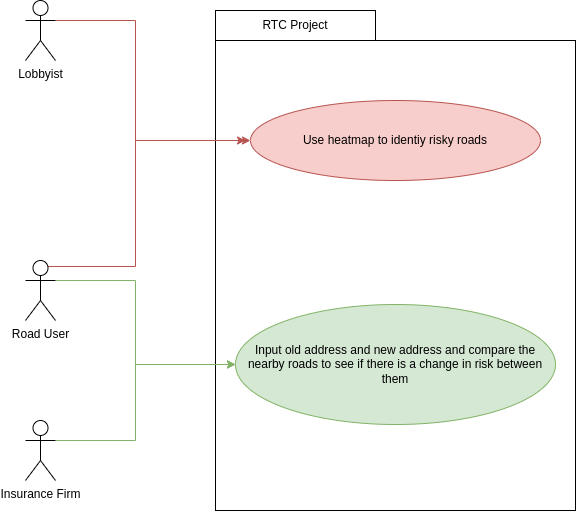
Earlier version of the draw.io export documentation templates/docs/images/DrawioFiles/UseCase.drawio.png (Cameron-Programer/RoadTrafficColision). Source tidied: cells renumbered, new cells last; positions are measured from the earlier drawing's top-left corner, leaving out a move shared by most shapes.
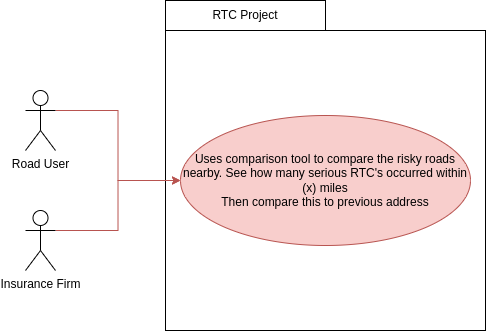
Later version of the same file.

Commit message:
Added second use case diagram and Functional Requirements

What changed in the source:
```diff
@@ -3,58 +3,25 @@
     <mxCell id="0" />
     <mxCell id="1" parent="0" />
     <mxCell id="2" value="RTC Project" style="rounded=0;whiteSpace=wrap;html=1;" parent="1" vertex="1">
-      <mxGeometry x="190" y="10" width="160" height="30" as="geometry" />
+      <mxGeometry x="350" y="40" width="160" height="30" as="geometry" />
     </mxCell>
     <mxCell id="3" style="rounded=0;whiteSpace=wrap;html=1;" parent="1" vertex="1">
-      <mxGeometry x="190" y="40" width="360" height="470" as="geometry" />
+      <mxGeometry x="350" y="70" width="320" height="300" as="geometry" />
     </mxCell>
     <mxCell id="4" style="edgeStyle=orthogonalEdgeStyle;rounded=0;jettySize=auto;html=1;exitX=1;exitY=0.3333333333333333;exitDx=0;exitDy=0;exitPerimeter=0;entryX=0;entryY=0.5;entryDx=0;entryDy=0;fillColor=#f8cecc;strokeColor=#b85450;" parent="1" edge="1" source="5" target="6">
-      <mxGeometry relative="1" as="geometry">
-        <Array as="points">
-          <mxPoint x="110" y="20" />
-          <mxPoint x="110" y="140" />
-        </Array>
-      </mxGeometry>
+      <mxGeometry relative="1" as="geometry" />
     </mxCell>
-    <mxCell id="5" value="Lobbyist" style="shape=umlActor;verticalLabelPosition=bottom;verticalAlign=top;html=1;outlineConnect=0;" parent="1" vertex="1">
-      <mxGeometry width="30" height="60" as="geometry" />
+    <mxCell id="5" value="Road User&lt;div&gt;&lt;br&gt;&lt;/div&gt;" style="shape=umlActor;verticalLabelPosition=bottom;verticalAlign=top;html=1;outlineConnect=0;" parent="1" vertex="1">
+      <mxGeometry x="210" y="130" width="30" height="60" as="geometry" />
     </mxCell>
-    <mxCell id="6" value="Use heatmap to identiy risky roads" style="ellipse;whiteSpace=wrap;html=1;fillColor=#f8cecc;strokeColor=#b85450;" parent="1" vertex="1">
-      <mxGeometry x="225" y="100" width="290" height="80" as="geometry" />
+    <mxCell id="6" value="Uses comparison tool to compare the risky roads nearby. See how many serious RTC's occurred within (x) miles&lt;div&gt;Then compare this to previous address&lt;/div&gt;" style="ellipse;whiteSpace=wrap;html=1;fillColor=#f8cecc;strokeColor=#b85450;" parent="1" vertex="1">
+      <mxGeometry x="365" y="155" width="290" height="130" as="geometry" />
     </mxCell>
-    <mxCell id="7" style="edgeStyle=orthogonalEdgeStyle;rounded=0;jettySize=auto;html=1;exitX=0.75;exitY=0.1;exitDx=0;exitDy=0;exitPerimeter=0;fillColor=#f8cecc;strokeColor=#b85450;" parent="1" edge="1" source="9">
-      <mxGeometry relative="1" as="geometry">
-        <mxPoint x="220" y="140" as="targetPoint" />
-        <Array as="points">
-          <mxPoint x="110" y="266" />
-          <mxPoint x="110" y="140" />
-        </Array>
-      </mxGeometry>
-    </mxCell>
-    <mxCell id="8" style="edgeStyle=orthogonalEdgeStyle;rounded=0;jettySize=auto;html=1;exitX=1;exitY=0.3333333333333333;exitDx=0;exitDy=0;exitPerimeter=0;entryX=0;entryY=0.5;entryDx=0;entryDy=0;fillColor=#d5e8d4;strokeColor=#82b366;" parent="1" edge="1" source="9" target="10">
-      <mxGeometry relative="1" as="geometry">
-        <Array as="points">
-          <mxPoint x="110" y="280" />
-          <mxPoint x="110" y="364" />
-        </Array>
-      </mxGeometry>
-    </mxCell>
-    <mxCell id="9" value="Road User" style="shape=umlActor;verticalLabelPosition=bottom;verticalAlign=top;html=1;outlineConnect=0;" parent="1" vertex="1">
-      <mxGeometry y="260" width="30" height="60" as="geometry" />
-    </mxCell>
-    <mxCell id="10" value="Input old address and new address and compare the nearby roads to see if there is a change in risk between them" style="ellipse;whiteSpace=wrap;html=1;fillColor=#d5e8d4;strokeColor=#82b366;" parent="1" vertex="1">
-      <mxGeometry x="210" y="304" width="320" height="120" as="geometry" />
-    </mxCell>
-    <mxCell id="11" style="edgeStyle=orthogonalEdgeStyle;rounded=0;jettySize=auto;html=1;exitX=1;exitY=0.3333333333333333;exitDx=0;exitDy=0;exitPerimeter=0;entryX=0;entryY=0.5;entryDx=0;entryDy=0;fillColor=#d5e8d4;strokeColor=#82b366;" parent="1" edge="1" source="12" target="10">
-      <mxGeometry relative="1" as="geometry">
-        <Array as="points">
-          <mxPoint x="110" y="440" />
-          <mxPoint x="110" y="364" />
-        </Array>
-      </mxGeometry>
-    </mxCell>
+    <mxCell id="13" style="edgeStyle=orthogonalEdgeStyle;shape=connector;rounded=0;jettySize=auto;html=1;exitX=1;exitY=0.3333333333333333;exitDx=0;exitDy=0;exitPerimeter=0;entryX=0;entryY=0.5;entryDx=0;entryDy=0;strokeColor=#b85450;align=center;verticalAlign=middle;fontFamily=Helvetica;fontSize=11;fontColor=default;labelBackgroundColor=default;endArrow=classic;fillColor=#f8cecc;" parent="1" edge="1" source="12" target="6">
+      <mxGeometry relative="1" as="geometry" />
+    </mxCell>
-    <mxCell id="12" value="Insurance Firm" style="shape=umlActor;verticalLabelPosition=bottom;verticalAlign=top;html=1;outlineConnect=0;" parent="1" vertex="1">
-      <mxGeometry y="420" width="30" height="60" as="geometry" />
+    <mxCell id="12" value="&lt;div&gt;Insurance Firm&lt;/div&gt;" style="shape=umlActor;verticalLabelPosition=bottom;verticalAlign=top;html=1;outlineConnect=0;" parent="1" vertex="1">
+      <mxGeometry x="210" y="250" width="30" height="60" as="geometry" />
     </mxCell>
   </root>
 </mxGraphModel>
```
